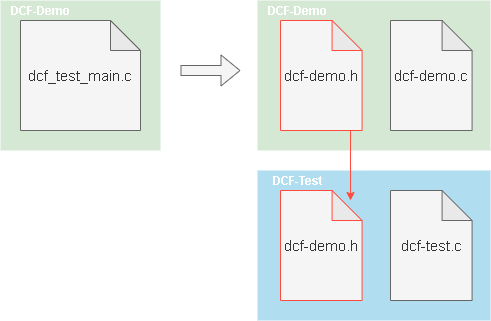
Earlier version of the draw.io export imgs/Figure1.png (lamber1123/DCFTest). Source tidied: cells renumbered, new cells last; positions are measured from the earlier drawing's top-left corner, leaving out a move shared by most shapes.
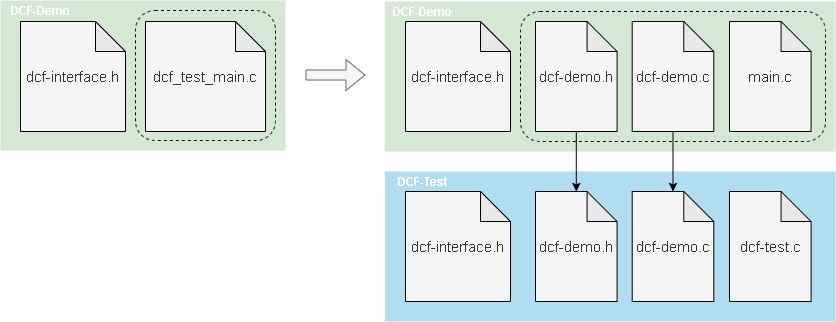
The same diagram one commit later.

What changed in the source:
```diff
@@ -2,52 +2,74 @@
   <root>
     <mxCell id="0" />
     <mxCell id="1" parent="0" />
+    <mxCell id="8" style="rounded=0;whiteSpace=wrap;html=1;fillColor=#d5e8d4;strokeColor=none;" parent="1" vertex="1">
+      <mxGeometry x="509.3" y="10" width="450.7" height="150" as="geometry" />
+    </mxCell>
+    <mxCell id="16" style="rounded=1;whiteSpace=wrap;html=1;strokeColor=#000000;fillColor=none;dashed=1;" parent="1" vertex="1">
+      <mxGeometry x="645" y="20" width="305" height="130" as="geometry" />
+    </mxCell>
     <mxCell id="2" style="group;fillColor=#b1ddf0;strokeColor=none;" parent="1" vertex="1">
-      <mxGeometry x="257" y="170" width="233" height="150" as="geometry" />
+      <mxGeometry x="509.3" y="180" width="450.7" height="150" as="geometry" />
     </mxCell>
     <mxCell id="3" style="shape=flexArrow;endArrow=classic;html=1;strokeColor=#666666;fillColor=#f5f5f5;" parent="1" edge="1">
       <mxGeometry relative="1" as="geometry">
-        <mxPoint x="180" y="70" as="sourcePoint" />
-        <mxPoint x="240" y="70" as="targetPoint" />
+        <mxPoint x="430" y="83.5" as="sourcePoint" />
+        <mxPoint x="490" y="83.5" as="targetPoint" />
       </mxGeometry>
     </mxCell>
     <mxCell id="4" style="rounded=0;whiteSpace=wrap;html=1;fillColor=#d5e8d4;strokeColor=none;" parent="1" vertex="1">
-      <mxGeometry width="160" height="150" as="geometry" />
+      <mxGeometry x="125" y="9" width="285" height="150" as="geometry" />
     </mxCell>
     <mxCell id="5" value="&lt;b&gt;&lt;font color=&quot;#ffffff&quot;&gt;DCF-Demo&lt;/font&gt;&lt;/b&gt;" style="text;html=1;align=center;verticalAlign=middle;" parent="1" vertex="1">
-      <mxGeometry width="80" height="20" as="geometry" />
+      <mxGeometry x="125" y="9" width="80" height="20" as="geometry" />
     </mxCell>
-    <mxCell id="6" value="&lt;font style=&quot;font-size: 15px&quot;&gt;dcf_test_main.c&lt;/font&gt;" style="shape=note;whiteSpace=wrap;html=1;backgroundOutline=1;darkOpacity=0.05;fillColor=#f5f5f5;strokeColor=#666666;fontColor=#333333;" parent="1" vertex="1">
-      <mxGeometry x="20" y="20" width="120" height="110" as="geometry" />
+    <mxCell id="6" value="&lt;font style=&quot;font-size: 15px&quot;&gt;dcf_test_main.c&lt;/font&gt;" style="shape=note;whiteSpace=wrap;html=1;backgroundOutline=1;darkOpacity=0.05;fillColor=#f5f5f5;strokeColor=#000000;fontColor=#333333;" parent="1" vertex="1">
+      <mxGeometry x="270" y="30" width="120" height="110" as="geometry" />
     </mxCell>
     <mxCell id="7" style="edgeStyle=orthogonalEdgeStyle;rounded=0;orthogonalLoop=1;jettySize=auto;html=1;exitX=0.5;exitY=1;exitDx=0;exitDy=0;strokeColor=#000000;" parent="1" edge="1" source="4" target="4">
       <mxGeometry relative="1" as="geometry" />
     </mxCell>
-    <mxCell id="8" style="rounded=0;whiteSpace=wrap;html=1;fillColor=#d5e8d4;strokeColor=none;" parent="1" vertex="1">
-      <mxGeometry x="257" width="233" height="150" as="geometry" />
-    </mxCell>
     <mxCell id="9" value="&lt;b&gt;&lt;font color=&quot;#ffffff&quot;&gt;DCF-Demo&lt;/font&gt;&lt;/b&gt;" style="text;html=1;align=center;verticalAlign=middle;" parent="1" vertex="1">
-      <mxGeometry x="257" width="80" height="20" as="geometry" />
+      <mxGeometry x="507" y="10" width="80" height="20" as="geometry" />
     </mxCell>
+    <mxCell id="17" style="edgeStyle=orthogonalEdgeStyle;rounded=0;jettySize=auto;html=1;exitX=0.5;exitY=1;exitDx=0;exitDy=0;exitPerimeter=0;entryX=0.5;entryY=0;entryDx=0;entryDy=0;entryPerimeter=0;strokeColor=#000000;" parent="1" edge="1" source="10" target="13">
+      <mxGeometry relative="1" as="geometry" />
+    </mxCell>
-    <mxCell id="10" value="&lt;font style=&quot;font-size: 15px&quot;&gt;dcf-demo.h&lt;/font&gt;" style="shape=note;whiteSpace=wrap;html=1;backgroundOutline=1;darkOpacity=0.05;fillColor=#f5f5f5;strokeColor=#FF4A3D;fontColor=#333333;" parent="1" vertex="1">
-      <mxGeometry x="280" y="20" width="81.6" height="110" as="geometry" />
+    <mxCell id="10" value="&lt;font style=&quot;font-size: 15px&quot;&gt;dcf-demo.h&lt;/font&gt;" style="shape=note;whiteSpace=wrap;html=1;backgroundOutline=1;darkOpacity=0.05;fillColor=#f5f5f5;strokeColor=#000000;fontColor=#333333;" parent="1" vertex="1">
+      <mxGeometry x="660" y="30" width="81.6" height="110" as="geometry" />
     </mxCell>
+    <mxCell id="18" style="edgeStyle=orthogonalEdgeStyle;rounded=0;jettySize=auto;html=1;exitX=0.5;exitY=1;exitDx=0;exitDy=0;exitPerimeter=0;entryX=0.5;entryY=0;entryDx=0;entryDy=0;entryPerimeter=0;strokeColor=#000000;" parent="1" edge="1" source="11" target="22">
+      <mxGeometry relative="1" as="geometry" />
+    </mxCell>
-    <mxCell id="11" value="&lt;font style=&quot;font-size: 15px&quot;&gt;dcf-demo.c&lt;/font&gt;" style="shape=note;whiteSpace=wrap;html=1;backgroundOutline=1;darkOpacity=0.05;fillColor=#f5f5f5;strokeColor=#666666;fontColor=#333333;" parent="1" vertex="1">
-      <mxGeometry x="390" y="20" width="81.6" height="110" as="geometry" />
+    <mxCell id="11" value="&lt;font style=&quot;font-size: 15px&quot;&gt;dcf-demo.c&lt;/font&gt;" style="shape=note;whiteSpace=wrap;html=1;backgroundOutline=1;darkOpacity=0.05;fillColor=#f5f5f5;strokeColor=#000000;fontColor=#333333;" parent="1" vertex="1">
+      <mxGeometry x="756.7" y="30" width="81.6" height="110" as="geometry" />
     </mxCell>
     <mxCell id="12" value="&lt;b&gt;&lt;font color=&quot;#ffffff&quot;&gt;DCF-Test&lt;/font&gt;&lt;/b&gt;" style="text;html=1;align=center;verticalAlign=middle;" parent="1" vertex="1">
-      <mxGeometry x="262" y="170" width="70" height="20" as="geometry" />
+      <mxGeometry x="512" y="180" width="70" height="20" as="geometry" />
     </mxCell>
-    <mxCell id="13" value="&lt;font style=&quot;font-size: 15px&quot;&gt;dcf-demo.h&lt;/font&gt;" style="shape=note;whiteSpace=wrap;html=1;backgroundOutline=1;darkOpacity=0.05;fillColor=#f5f5f5;strokeColor=#FF4A3D;fontColor=#333333;" parent="1" vertex="1">
-      <mxGeometry x="280" y="190" width="81.6" height="110" as="geometry" />
+    <mxCell id="13" value="&lt;font style=&quot;font-size: 15px&quot;&gt;dcf-demo.h&lt;/font&gt;" style="shape=note;whiteSpace=wrap;html=1;backgroundOutline=1;darkOpacity=0.05;fillColor=#f5f5f5;strokeColor=#000000;fontColor=#333333;" parent="1" vertex="1">
+      <mxGeometry x="660" y="200" width="81.6" height="110" as="geometry" />
     </mxCell>
-    <mxCell id="14" value="&lt;font style=&quot;font-size: 15px&quot;&gt;dcf-test.c&lt;/font&gt;" style="shape=note;whiteSpace=wrap;html=1;backgroundOutline=1;darkOpacity=0.05;fillColor=#f5f5f5;strokeColor=#666666;fontColor=#333333;" parent="1" vertex="1">
-      <mxGeometry x="390" y="190" width="81.6" height="110" as="geometry" />
+    <mxCell id="14" value="&lt;font style=&quot;font-size: 15px&quot;&gt;dcf-test.c&lt;/font&gt;" style="shape=note;whiteSpace=wrap;html=1;backgroundOutline=1;darkOpacity=0.05;fillColor=#f5f5f5;strokeColor=#000000;fontColor=#333333;" parent="1" vertex="1">
+      <mxGeometry x="854" y="200" width="81.6" height="110" as="geometry" />
     </mxCell>
-    <mxCell id="15" style="endArrow=classic;html=1;exitX=0.858;exitY=1;exitDx=0;exitDy=0;exitPerimeter=0;strokeColor=#FF4A3D;" parent="1" edge="1" source="10">
-      <mxGeometry relative="1" as="geometry">
-        <mxPoint x="350" y="200" as="targetPoint" />
-      </mxGeometry>
-    </mxCell>
+    <mxCell id="19" value="&lt;font style=&quot;font-size: 15px&quot;&gt;dcf-interface.h&lt;/font&gt;" style="shape=note;whiteSpace=wrap;html=1;backgroundOutline=1;darkOpacity=0.05;fillColor=#f5f5f5;strokeColor=#000000;fontColor=#333333;" parent="1" vertex="1">
+      <mxGeometry x="145" y="30" width="105" height="110" as="geometry" />
+    </mxCell>
+    <mxCell id="20" value="&lt;font style=&quot;font-size: 15px&quot;&gt;dcf-interface.h&lt;/font&gt;" style="shape=note;whiteSpace=wrap;html=1;backgroundOutline=1;darkOpacity=0.05;fillColor=#f5f5f5;strokeColor=#000000;fontColor=#333333;" parent="1" vertex="1">
+      <mxGeometry x="530" y="30" width="105" height="110" as="geometry" />
+    </mxCell>
+    <mxCell id="21" value="&lt;font style=&quot;font-size: 15px&quot;&gt;dcf-interface.h&lt;/font&gt;" style="shape=note;whiteSpace=wrap;html=1;backgroundOutline=1;darkOpacity=0.05;fillColor=#f5f5f5;strokeColor=#000000;fontColor=#333333;" parent="1" vertex="1">
+      <mxGeometry x="530" y="200" width="105" height="110" as="geometry" />
+    </mxCell>
+    <mxCell id="22" value="&lt;font style=&quot;font-size: 15px&quot;&gt;dcf-demo.c&lt;/font&gt;" style="shape=note;whiteSpace=wrap;html=1;backgroundOutline=1;darkOpacity=0.05;fillColor=#f5f5f5;strokeColor=#000000;fontColor=#333333;" parent="1" vertex="1">
+      <mxGeometry x="756.7" y="200" width="81.6" height="110" as="geometry" />
+    </mxCell>
+    <mxCell id="23" value="&lt;font style=&quot;font-size: 15px&quot;&gt;main.c&lt;/font&gt;" style="shape=note;whiteSpace=wrap;html=1;backgroundOutline=1;darkOpacity=0.05;fillColor=#f5f5f5;strokeColor=#000000;fontColor=#333333;" parent="1" vertex="1">
+      <mxGeometry x="854" y="30" width="81.6" height="110" as="geometry" />
+    </mxCell>
+    <mxCell id="24" style="rounded=1;whiteSpace=wrap;html=1;strokeColor=#000000;fillColor=none;dashed=1;" parent="1" vertex="1">
+      <mxGeometry x="260" y="19" width="140" height="130" as="geometry" />
+    </mxCell>
   </root>
 </mxGraphModel>
```
